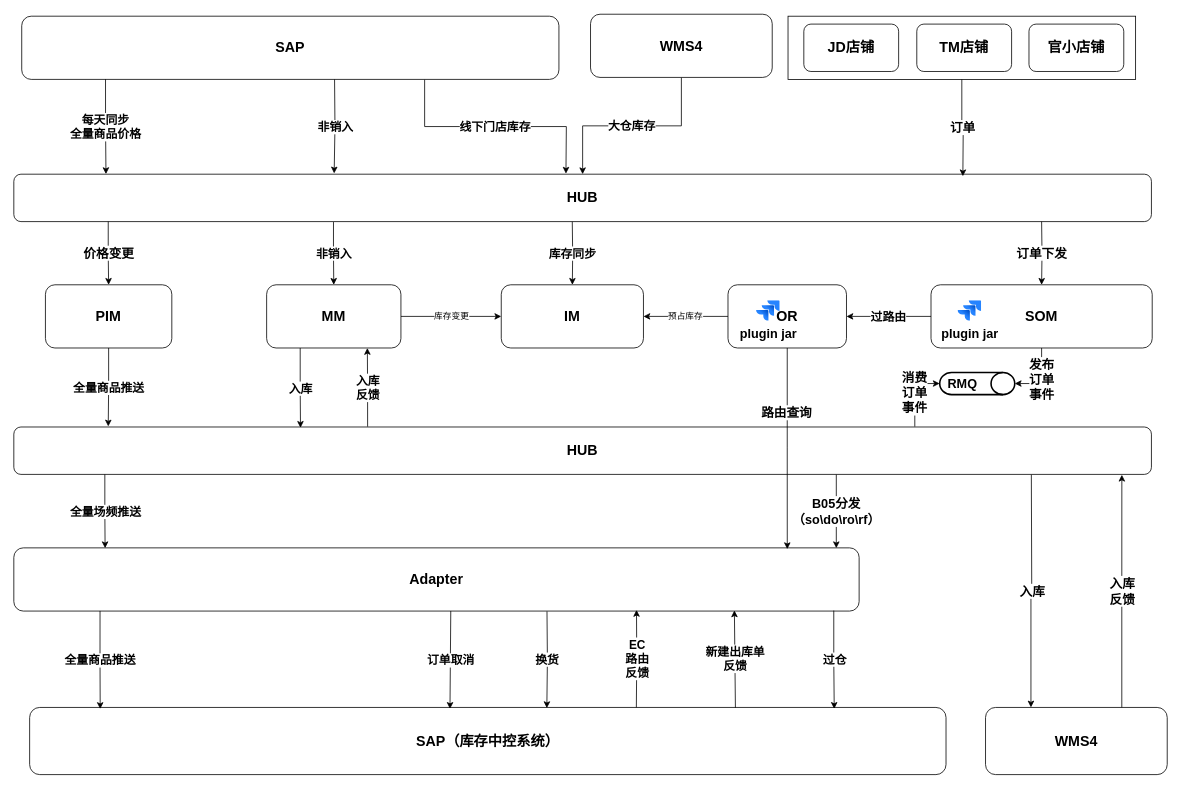
The draw.io diagram page "ferragamo-solution" (5 of 8) of projects.drawio in jackie-thank/beego-authz, before the edit. Source tidied: cells renumbered, new cells numbered last; positions are measured from the earlier drawing's top-left corner, leaving out a move shared by most shapes. Both pictures are drawn from the tidied source at 79%, with x=0, y=0 at pixel (13, 14).
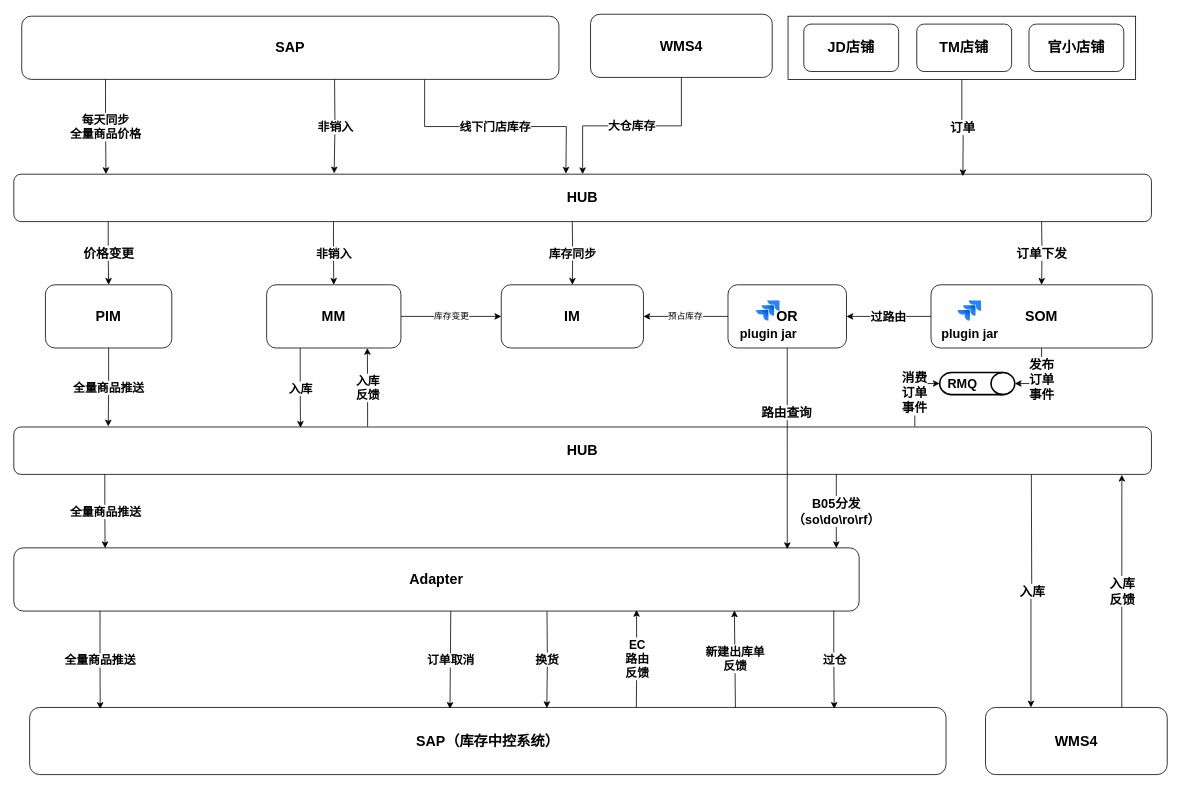
Above is the later version.

Unchanged cells that the change refers to:
```xml
<mxCell id="10" value="HUB" style="rounded=1;whiteSpace=wrap;html=1;fontSize=18;fontStyle=1;" parent="1" vertex="1">
  <mxGeometry y="522" width="1440" height="60" as="geometry" />
</mxCell>
<mxCell id="14" value="Adapter" style="rounded=1;whiteSpace=wrap;html=1;fontSize=18;fontStyle=1;" parent="1" vertex="1">
  <mxGeometry y="675" width="1070" height="80" as="geometry" />
</mxCell>
```

What changed in the source:
```diff
@@
-    <mxCell id="45" value="全量场频推送" style="edgeStyle=orthogonalEdgeStyle;rounded=0;jettySize=auto;html=1;exitX=0.08;exitY=1;exitDx=0;exitDy=0;entryX=0.108;entryY=0.005;entryDx=0;entryDy=0;entryPerimeter=0;exitPerimeter=0;fontSize=15;fontStyle=1;" parent="1" edge="1" source="10" target="14">
+    <mxCell id="45" value="全量商品推送" style="edgeStyle=orthogonalEdgeStyle;rounded=0;jettySize=auto;html=1;exitX=0.08;exitY=1;exitDx=0;exitDy=0;entryX=0.108;entryY=0.005;entryDx=0;entryDy=0;entryPerimeter=0;exitPerimeter=0;fontSize=15;fontStyle=1;" parent="1" edge="1" source="10" target="14">
       <mxGeometry relative="1" as="geometry" />
     </mxCell>
```
